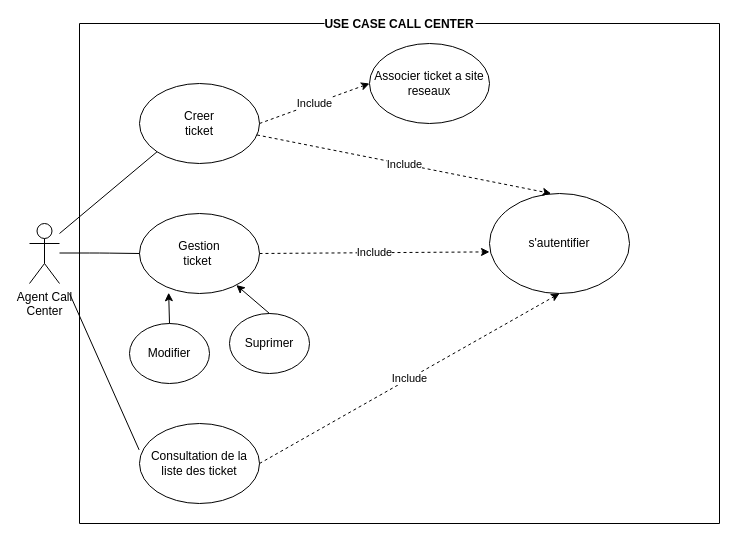
This is page "Call Center" (1 of 4) of Conception/USE_CASE.drawio from Belakebi-Amine/djezzy_supervision, a draw.io file, before an edit. Source tidied: cells renumbered, new cells numbered last; positions are measured from the earlier drawing's top-left corner, leaving out a move shared by most shapes. Both pictures are drawn from the tidied source at 100%, with x=0, y=0 at pixel (29, 23).
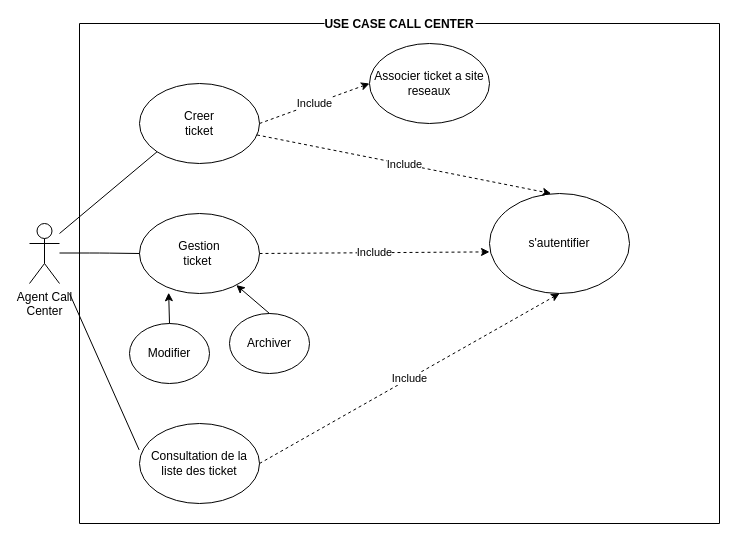
After the change.

Diff of the diagram source:
```diff
@@
-    <mxCell id="10" value="Suprimer" style="ellipse;whiteSpace=wrap;html=1;" parent="1" vertex="1">
+    <mxCell id="10" value="&lt;span style=&quot;color: rgb(0, 0, 0);&quot;&gt;Archiver&lt;/span&gt;" style="ellipse;whiteSpace=wrap;html=1;" parent="1" vertex="1">
       <mxGeometry x="200" y="290" width="80" height="60" as="geometry" />
     </mxCell>
```
